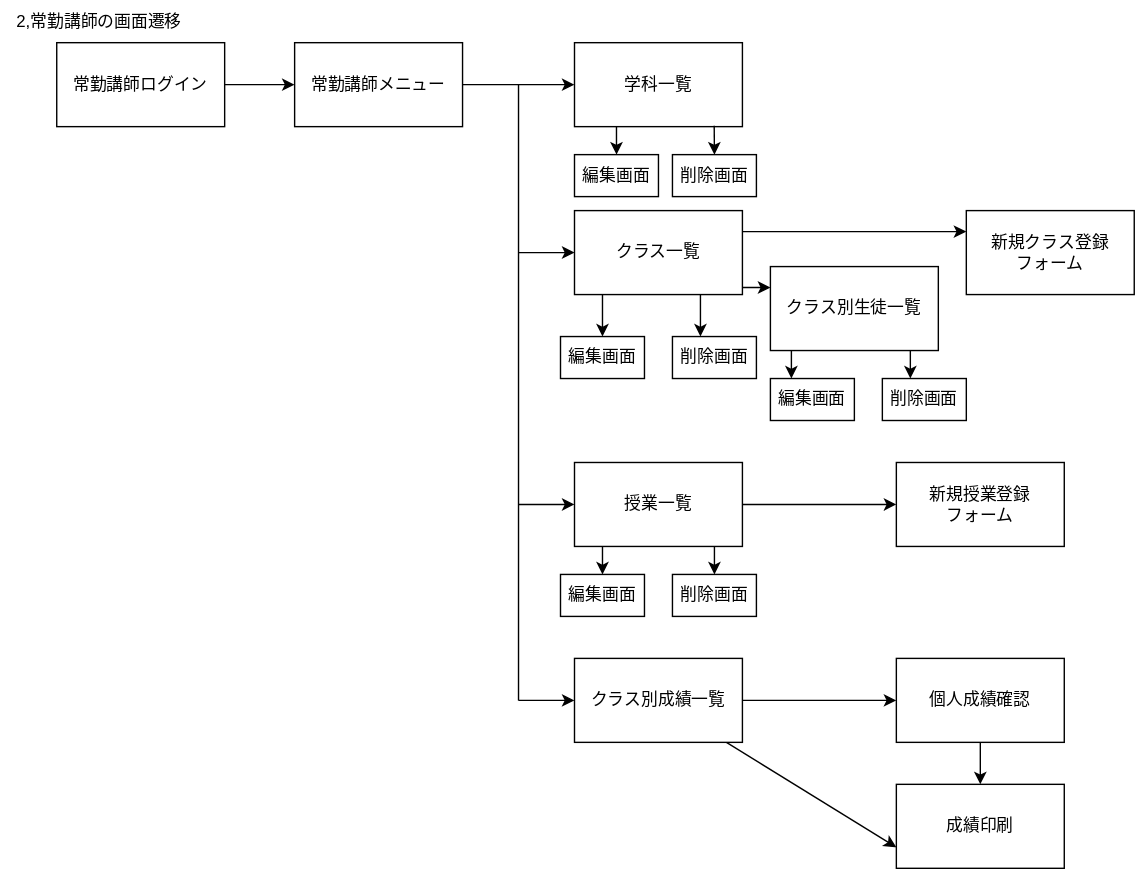
Before: teamG4.drawio.svg, a diagram exported from draw.io (Skypeace8585/uml-introduction). Source tidied: cells renumbered, new cells last; positions are measured from the earlier drawing's top-left corner, leaving out a move shared by most shapes.
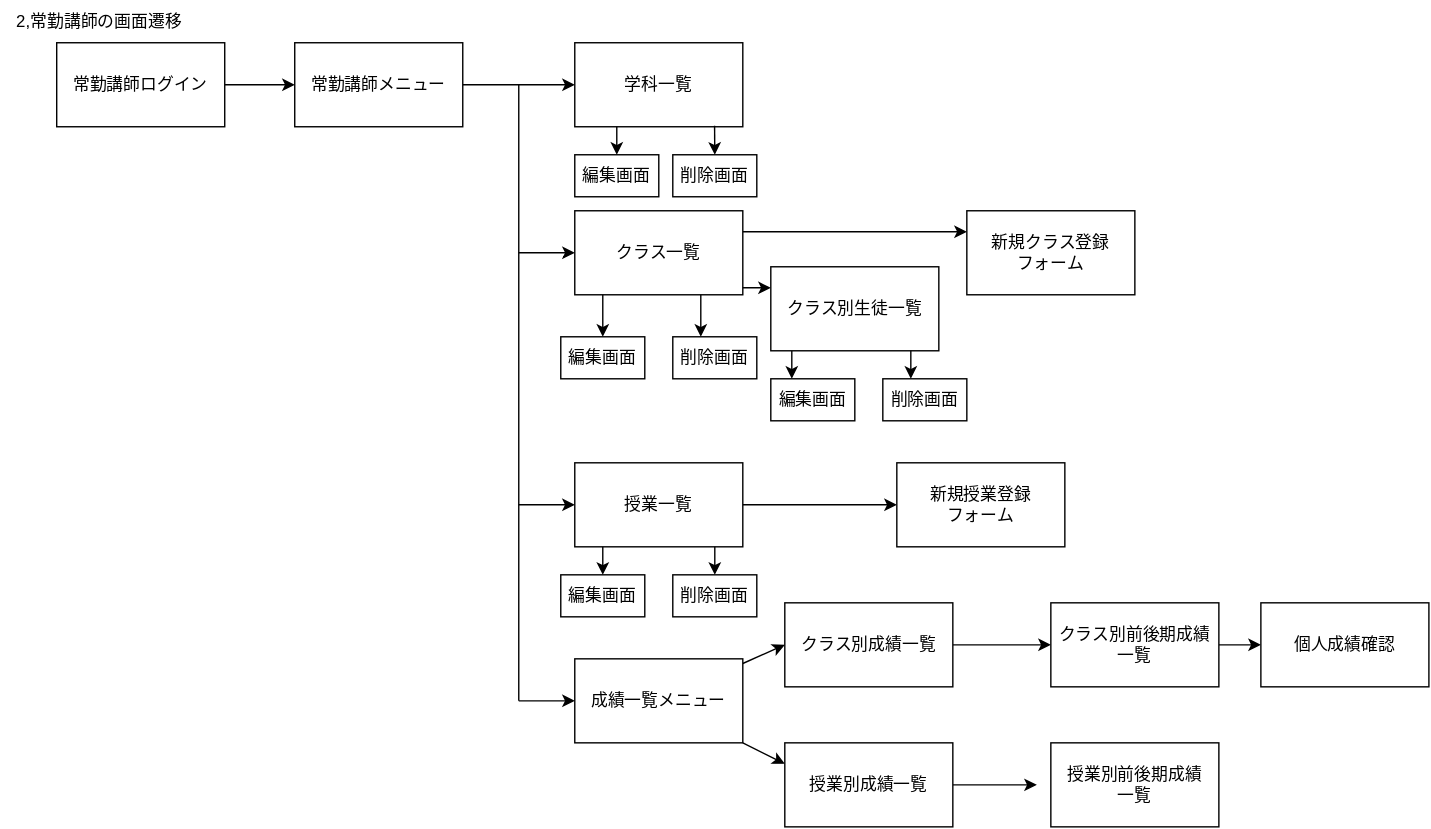
After the commit.

The edit, as a diff of the source:
```diff
@@ -65,29 +65,12 @@
     <mxCell id="17" value="クラス別生徒一覧" style="rounded=0;whiteSpace=wrap;html=1;" parent="1" vertex="1">
       <mxGeometry x="550" y="190" width="120" height="60" as="geometry" />
     </mxCell>
-    <mxCell id="18" style="edgeStyle=none;html=1;exitX=1;exitY=0.5;exitDx=0;exitDy=0;entryX=0;entryY=0.5;entryDx=0;entryDy=0;" parent="1" edge="1" source="20" target="24">
-      <mxGeometry relative="1" as="geometry" />
-    </mxCell>
-    <mxCell id="19" style="edgeStyle=none;html=1;entryX=0;entryY=0.75;entryDx=0;entryDy=0;" parent="1" edge="1" source="20" target="22">
-      <mxGeometry relative="1" as="geometry" />
-    </mxCell>
-    <mxCell id="20" value="クラス別成績一覧" style="rounded=0;whiteSpace=wrap;html=1;" parent="1" vertex="1">
-      <mxGeometry x="410" y="470" width="120" height="60" as="geometry" />
-    </mxCell>
-    <mxCell id="21" style="endArrow=classic;html=1;entryX=0;entryY=0.5;entryDx=0;entryDy=0;" parent="1" edge="1" target="20">
+    <mxCell id="21" style="endArrow=classic;html=1;entryX=0;entryY=0.5;entryDx=0;entryDy=0;" parent="1" edge="1">
       <mxGeometry relative="1" as="geometry">
         <mxPoint x="370" y="500" as="sourcePoint" />
+        <mxPoint x="410" y="500" as="targetPoint" />
       </mxGeometry>
     </mxCell>
-    <mxCell id="22" value="成績印刷" style="rounded=0;whiteSpace=wrap;html=1;" parent="1" vertex="1">
-      <mxGeometry x="640" y="560" width="120" height="60" as="geometry" />
-    </mxCell>
-    <mxCell id="23" style="edgeStyle=none;html=1;entryX=0.5;entryY=0;entryDx=0;entryDy=0;exitX=0.5;exitY=1;exitDx=0;exitDy=0;" parent="1" edge="1" source="24" target="22">
-      <mxGeometry relative="1" as="geometry" />
-    </mxCell>
-    <mxCell id="24" value="個人成績確認" style="rounded=0;whiteSpace=wrap;html=1;" parent="1" vertex="1">
-      <mxGeometry x="640" y="470" width="120" height="60" as="geometry" />
-    </mxCell>
     <mxCell id="25" value="編集画面" style="rounded=0;whiteSpace=wrap;html=1;" parent="1" vertex="1">
       <mxGeometry x="400" y="240" width="60" height="30" as="geometry" />
     </mxCell>
@@ -151,5 +134,42 @@
         <mxPoint x="510" y="390" as="sourcePoint" />
       </mxGeometry>
     </mxCell>
+    <mxCell id="42" style="edgeStyle=none;html=1;" parent="1" edge="1" source="20">
+      <mxGeometry relative="1" as="geometry">
+        <mxPoint x="750" y="460" as="targetPoint" />
+      </mxGeometry>
+    </mxCell>
+    <mxCell id="20" value="クラス別成績一覧" style="rounded=0;whiteSpace=wrap;html=1;" parent="1" vertex="1">
+      <mxGeometry x="560" y="430" width="120" height="60" as="geometry" />
+    </mxCell>
+    <mxCell id="43" style="edgeStyle=none;html=1;entryX=0;entryY=0.5;entryDx=0;entryDy=0;" parent="1" edge="1" source="45" target="20">
+      <mxGeometry relative="1" as="geometry" />
+    </mxCell>
+    <mxCell id="44" style="edgeStyle=none;html=1;entryX=0;entryY=0.25;entryDx=0;entryDy=0;" parent="1" edge="1" source="45" target="47">
+      <mxGeometry relative="1" as="geometry" />
+    </mxCell>
+    <mxCell id="45" value="成績一覧メニュー" style="rounded=0;whiteSpace=wrap;html=1;" parent="1" vertex="1">
+      <mxGeometry x="410" y="470" width="120" height="60" as="geometry" />
+    </mxCell>
+    <mxCell id="46" style="edgeStyle=none;html=1;" parent="1" edge="1" source="47">
+      <mxGeometry relative="1" as="geometry">
+        <mxPoint x="740" y="560" as="targetPoint" />
+      </mxGeometry>
+    </mxCell>
+    <mxCell id="47" value="授業別成績一覧" style="rounded=0;whiteSpace=wrap;html=1;" parent="1" vertex="1">
+      <mxGeometry x="560" y="530" width="120" height="60" as="geometry" />
+    </mxCell>
+    <mxCell id="48" style="edgeStyle=none;html=1;entryX=0;entryY=0.5;entryDx=0;entryDy=0;" parent="1" edge="1" source="49" target="24">
+      <mxGeometry relative="1" as="geometry" />
+    </mxCell>
+    <mxCell id="49" value="クラス別前後期成績一覧" style="rounded=0;whiteSpace=wrap;html=1;" parent="1" vertex="1">
+      <mxGeometry x="750" y="430" width="120" height="60" as="geometry" />
+    </mxCell>
+    <mxCell id="50" value="授業別前後期成績&lt;br&gt;一覧" style="rounded=0;whiteSpace=wrap;html=1;" parent="1" vertex="1">
+      <mxGeometry x="750" y="530" width="120" height="60" as="geometry" />
+    </mxCell>
+    <mxCell id="24" value="個人成績確認" style="rounded=0;whiteSpace=wrap;html=1;" parent="1" vertex="1">
+      <mxGeometry x="900" y="430" width="120" height="60" as="geometry" />
+    </mxCell>
   </root>
 </mxGraphModel>
```
